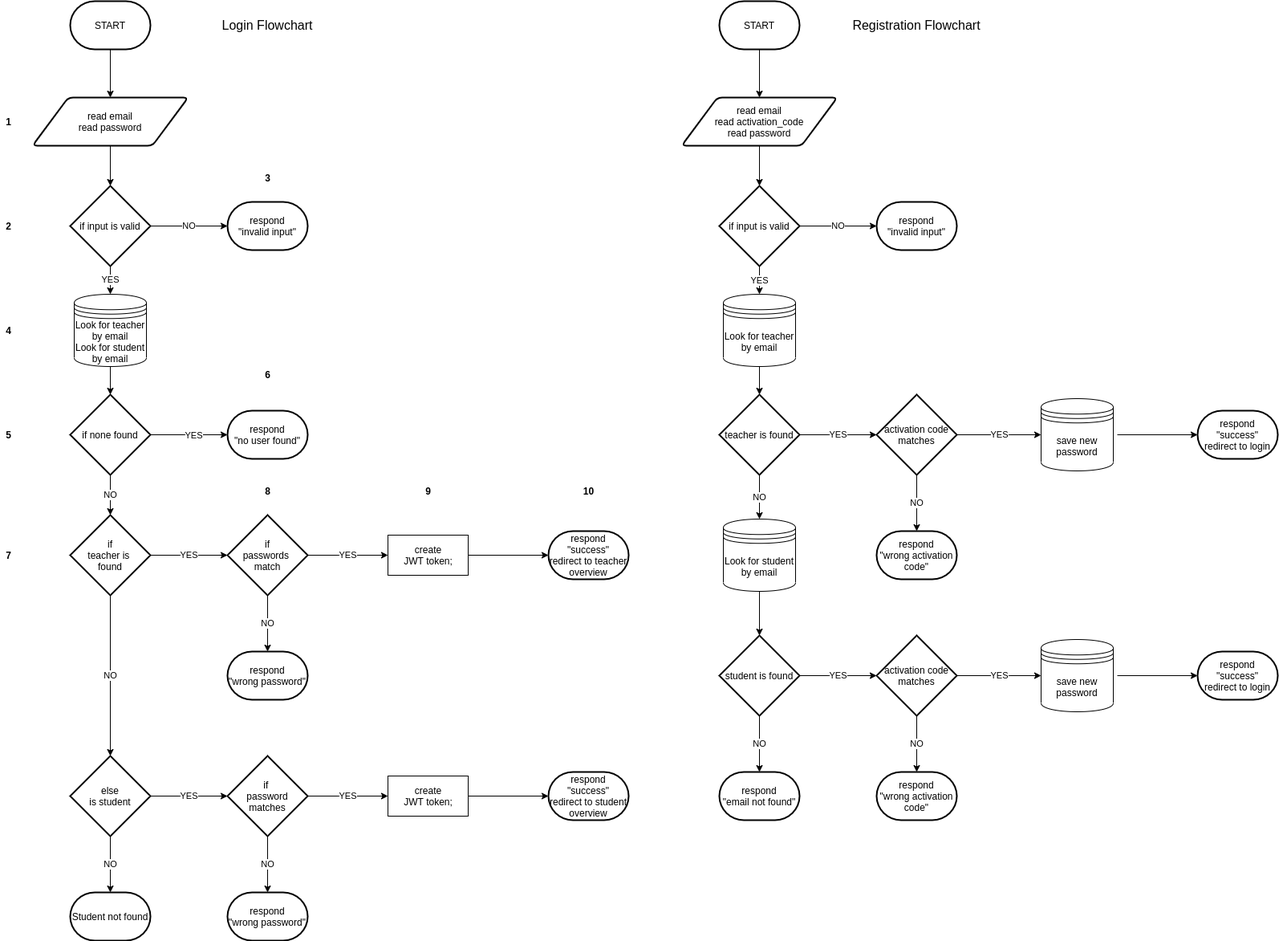
Before: docs/auth-flowchart.drawio.png, a diagram exported from draw.io (stefanosAgelastos/multi-db-web-server). Source tidied: cells renumbered, new cells last; positions are measured from the earlier drawing's top-left corner, leaving out a move shared by most shapes.
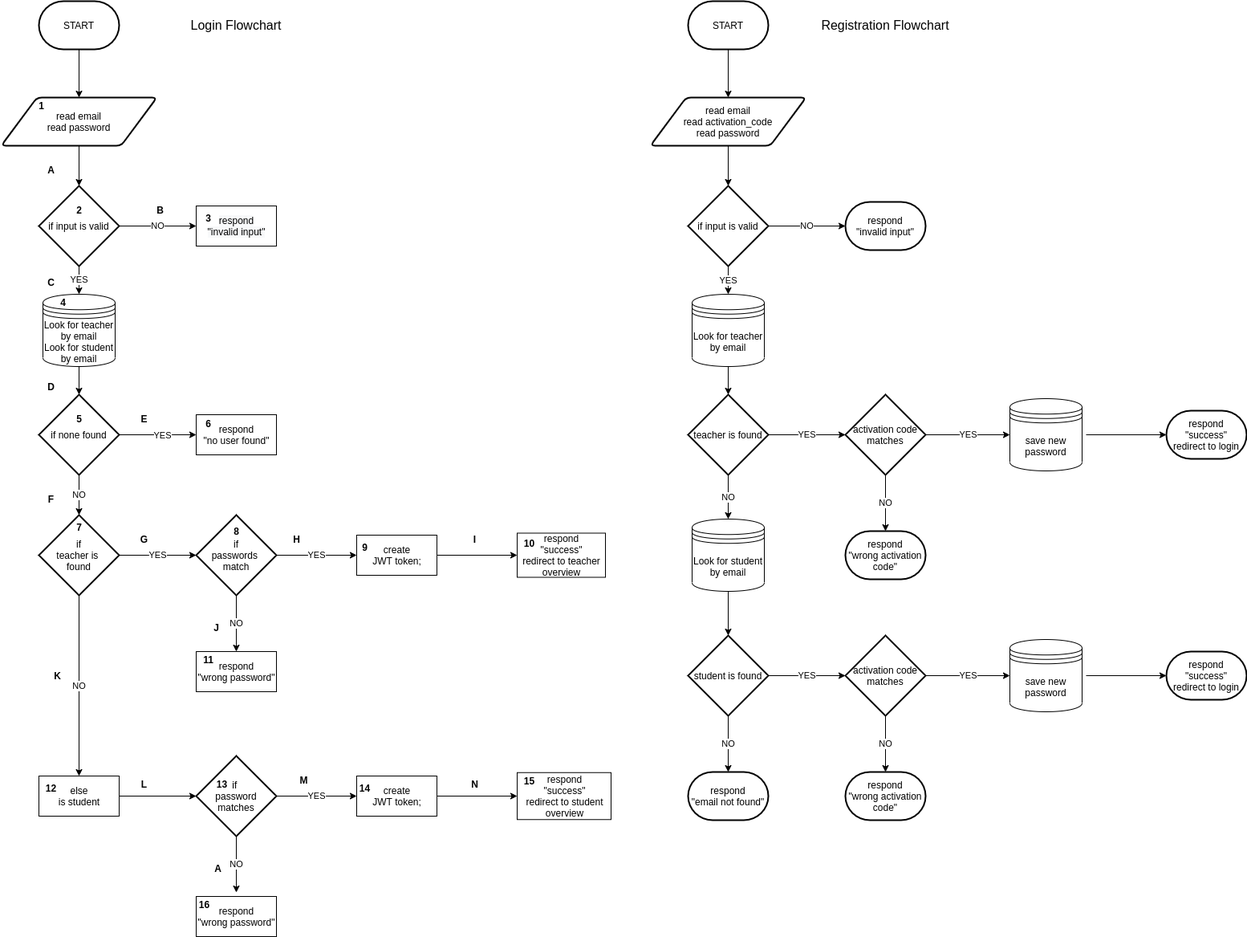
The same diagram one commit later.

Commit message:
fixed added path and node numbers

Diff of the diagram source:
```diff
@@ -15,4 +15,6 @@
     </mxCell>
-    <mxCell id="5" value="NO" style="edgeStyle=orthogonalEdgeStyle;rounded=0;jettySize=auto;html=1;" parent="1" edge="1" source="7" target="8">
-      <mxGeometry relative="1" as="geometry" />
+    <mxCell id="5" value="NO" style="edgeStyle=orthogonalEdgeStyle;rounded=0;jettySize=auto;html=1;" parent="1" edge="1" source="7">
+      <mxGeometry relative="1" as="geometry">
+        <mxPoint x="283" y="280" as="targetPoint" />
+      </mxGeometry>
     </mxCell>
@@ -24,5 +26,2 @@
     </mxCell>
-    <mxCell id="8" value="respond&lt;br&gt;&quot;invalid input&quot;" style="strokeWidth=2;html=1;shape=mxgraph.flowchart.terminator;whiteSpace=wrap;" parent="1" vertex="1">
-      <mxGeometry x="283" y="250" width="100" height="60" as="geometry" />
-    </mxCell>
     <mxCell id="9" value="YES" style="edgeStyle=orthogonalEdgeStyle;rounded=0;jettySize=auto;html=1;entryX=0;entryY=0.5;entryDx=0;entryDy=0;entryPerimeter=0;" parent="1" edge="1" source="11" target="14">
@@ -30,3 +29,3 @@
     </mxCell>
-    <mxCell id="10" value="NO" style="edgeStyle=orthogonalEdgeStyle;rounded=0;jettySize=auto;html=1;entryX=0.5;entryY=0;entryDx=0;entryDy=0;entryPerimeter=0;" parent="1" edge="1" source="11" target="19">
+    <mxCell id="10" value="NO" style="edgeStyle=orthogonalEdgeStyle;rounded=0;jettySize=auto;html=1;entryX=0.5;entryY=0;entryDx=0;entryDy=0;" parent="1" edge="1" source="11" target="19">
       <mxGeometry relative="1" as="geometry" />
@@ -41,4 +40,6 @@
     </mxCell>
-    <mxCell id="13" value="NO" style="edgeStyle=orthogonalEdgeStyle;rounded=0;jettySize=auto;html=1;" parent="1" edge="1" source="14" target="55">
-      <mxGeometry relative="1" as="geometry" />
+    <mxCell id="13" value="NO" style="edgeStyle=orthogonalEdgeStyle;rounded=0;jettySize=auto;html=1;" parent="1" edge="1" source="14">
+      <mxGeometry relative="1" as="geometry">
+        <mxPoint x="333" y="810" as="targetPoint" />
+      </mxGeometry>
     </mxCell>
@@ -47,19 +48,8 @@
     </mxCell>
-    <mxCell id="15" style="edgeStyle=orthogonalEdgeStyle;rounded=0;jettySize=auto;html=1;" parent="1" edge="1" target="16">
+    <mxCell id="15" style="edgeStyle=orthogonalEdgeStyle;rounded=0;orthogonalLoop=1;jettySize=auto;html=1;" parent="1" edge="1">
       <mxGeometry relative="1" as="geometry">
         <mxPoint x="583" y="690" as="sourcePoint" />
+        <mxPoint x="683" y="690" as="targetPoint" />
       </mxGeometry>
     </mxCell>
-    <mxCell id="16" value="respond&lt;br&gt;&quot;success&quot;&lt;br&gt;redirect to teacher&lt;br&gt;overview" style="strokeWidth=2;html=1;shape=mxgraph.flowchart.terminator;whiteSpace=wrap;" parent="1" vertex="1">
-      <mxGeometry x="683" y="660" width="100" height="60" as="geometry" />
-    </mxCell>
-    <mxCell id="17" value="YES" style="edgeStyle=orthogonalEdgeStyle;rounded=0;jettySize=auto;html=1;" parent="1" edge="1" source="19" target="22">
-      <mxGeometry relative="1" as="geometry" />
-    </mxCell>
-    <mxCell id="18" value="NO" style="edgeStyle=none;html=1;entryX=0.5;entryY=0;entryDx=0;entryDy=0;entryPerimeter=0;" parent="1" edge="1" source="19" target="71">
-      <mxGeometry relative="1" as="geometry" />
-    </mxCell>
-    <mxCell id="19" value="else&lt;br&gt;is student" style="strokeWidth=2;html=1;shape=mxgraph.flowchart.decision;whiteSpace=wrap;" parent="1" vertex="1">
-      <mxGeometry x="87" y="940" width="100" height="100" as="geometry" />
-    </mxCell>
     <mxCell id="20" value="YES" style="edgeStyle=orthogonalEdgeStyle;rounded=0;jettySize=auto;html=1;entryX=0;entryY=0.5;entryDx=0;entryDy=0;" parent="1" edge="1" source="22">
@@ -69,4 +59,6 @@
     </mxCell>
-    <mxCell id="21" value="NO" style="edgeStyle=orthogonalEdgeStyle;rounded=0;jettySize=auto;html=1;entryX=0.5;entryY=0;entryDx=0;entryDy=0;entryPerimeter=0;" parent="1" edge="1" source="22" target="56">
-      <mxGeometry relative="1" as="geometry" />
+    <mxCell id="21" value="NO" style="edgeStyle=orthogonalEdgeStyle;rounded=0;jettySize=auto;html=1;entryX=0.5;entryY=0;entryDx=0;entryDy=0;entryPerimeter=0;" parent="1" edge="1" source="22">
+      <mxGeometry relative="1" as="geometry">
+        <mxPoint x="333" y="1110" as="targetPoint" />
+      </mxGeometry>
     </mxCell>
@@ -75,10 +67,8 @@
     </mxCell>
-    <mxCell id="23" style="edgeStyle=orthogonalEdgeStyle;rounded=0;jettySize=auto;html=1;entryX=0;entryY=0.5;entryDx=0;entryDy=0;entryPerimeter=0;" parent="1" edge="1" target="24">
+    <mxCell id="23" style="edgeStyle=orthogonalEdgeStyle;rounded=0;orthogonalLoop=1;jettySize=auto;html=1;entryX=0;entryY=0.5;entryDx=0;entryDy=0;entryPerimeter=0;" parent="1" edge="1">
       <mxGeometry relative="1" as="geometry">
         <mxPoint x="583" y="990" as="sourcePoint" />
+        <mxPoint x="683" y="990" as="targetPoint" />
       </mxGeometry>
     </mxCell>
-    <mxCell id="24" value="respond&lt;br&gt;&quot;success&quot;&lt;br&gt;redirect to student&lt;br&gt;overview" style="strokeWidth=2;html=1;shape=mxgraph.flowchart.terminator;whiteSpace=wrap;" parent="1" vertex="1">
-      <mxGeometry x="683" y="960" width="100" height="60" as="geometry" />
-    </mxCell>
     <mxCell id="25" value="NO" style="edgeStyle=orthogonalEdgeStyle;rounded=0;jettySize=auto;html=1;" parent="1" edge="1" source="27" target="28">
@@ -164,4 +154,6 @@
     </mxCell>
-    <mxCell id="50" style="edgeStyle=orthogonalEdgeStyle;rounded=0;jettySize=auto;html=1;" parent="1" edge="1" source="53" target="54">
-      <mxGeometry relative="1" as="geometry" />
+    <mxCell id="50" style="edgeStyle=orthogonalEdgeStyle;rounded=0;jettySize=auto;html=1;" parent="1" edge="1" source="53">
+      <mxGeometry relative="1" as="geometry">
+        <mxPoint x="283" y="540" as="targetPoint" />
+      </mxGeometry>
     </mxCell>
@@ -178,11 +170,2 @@
     </mxCell>
-    <mxCell id="54" value="respond&lt;br&gt;&quot;no user found&quot;" style="strokeWidth=2;html=1;shape=mxgraph.flowchart.terminator;whiteSpace=wrap;" parent="1" vertex="1">
-      <mxGeometry x="283" y="510" width="100" height="60" as="geometry" />
-    </mxCell>
-    <mxCell id="55" value="respond&lt;br&gt;&quot;wrong password&quot;" style="strokeWidth=2;html=1;shape=mxgraph.flowchart.terminator;whiteSpace=wrap;" parent="1" vertex="1">
-      <mxGeometry x="283" y="810" width="100" height="60" as="geometry" />
-    </mxCell>
-    <mxCell id="56" value="respond&lt;br&gt;&quot;wrong password&quot;" style="strokeWidth=2;html=1;shape=mxgraph.flowchart.terminator;whiteSpace=wrap;" parent="1" vertex="1">
-      <mxGeometry x="283" y="1110" width="100" height="60" as="geometry" />
-    </mxCell>
     <mxCell id="57" value="respond&lt;br&gt;&quot;wrong activation&lt;br&gt;code&quot;" style="strokeWidth=2;html=1;shape=mxgraph.flowchart.terminator;whiteSpace=wrap;" parent="1" vertex="1">
@@ -229,5 +212,2 @@
     </mxCell>
-    <mxCell id="71" value="Student not found" style="strokeWidth=2;html=1;shape=mxgraph.flowchart.terminator;whiteSpace=wrap;" parent="1" vertex="1">
-      <mxGeometry x="87" y="1110" width="100" height="60" as="geometry" />
-    </mxCell>
     <mxCell id="72" value="&lt;font style=&quot;font-size: 16px&quot;&gt;Login Flowchart&lt;/font&gt;" style="text;html=1;strokeColor=none;fillColor=none;align=center;verticalAlign=middle;whiteSpace=wrap;rounded=0;strokeWidth=0;" parent="1" vertex="1">
@@ -239,31 +219,118 @@
     <mxCell id="74" value="&lt;b&gt;1&lt;/b&gt;" style="text;html=1;align=center;verticalAlign=middle;strokeColor=none;fillColor=none;" parent="1" vertex="1">
-      <mxGeometry y="140" width="20" height="20" as="geometry" />
+      <mxGeometry x="80" y="120" width="20" height="20" as="geometry" />
     </mxCell>
     <mxCell id="75" value="&lt;b&gt;2&lt;/b&gt;" style="text;html=1;align=center;verticalAlign=middle;strokeColor=none;fillColor=none;" parent="1" vertex="1">
-      <mxGeometry y="270" width="20" height="20" as="geometry" />
+      <mxGeometry x="127" y="250" width="20" height="20" as="geometry" />
     </mxCell>
-    <mxCell id="76" value="&lt;b&gt;3&lt;/b&gt;" style="text;html=1;align=center;verticalAlign=middle;strokeColor=none;fillColor=none;" parent="1" vertex="1">
-      <mxGeometry x="323" y="210" width="20" height="20" as="geometry" />
-    </mxCell>
     <mxCell id="77" value="&lt;b&gt;4&lt;/b&gt;" style="text;html=1;align=center;verticalAlign=middle;strokeColor=none;fillColor=none;" parent="1" vertex="1">
-      <mxGeometry y="400" width="20" height="20" as="geometry" />
+      <mxGeometry x="107" y="365" width="20" height="20" as="geometry" />
     </mxCell>
     <mxCell id="78" value="&lt;b&gt;5&lt;/b&gt;" style="text;html=1;align=center;verticalAlign=middle;strokeColor=none;fillColor=none;" parent="1" vertex="1">
-      <mxGeometry y="530" width="20" height="20" as="geometry" />
+      <mxGeometry x="127" y="510" width="20" height="20" as="geometry" />
     </mxCell>
-    <mxCell id="79" value="&lt;b&gt;6&lt;/b&gt;" style="text;html=1;align=center;verticalAlign=middle;strokeColor=none;fillColor=none;" parent="1" vertex="1">
-      <mxGeometry x="323" y="455" width="20" height="20" as="geometry" />
-    </mxCell>
     <mxCell id="80" value="&lt;b&gt;7&lt;/b&gt;" style="text;html=1;align=center;verticalAlign=middle;strokeColor=none;fillColor=none;" parent="1" vertex="1">
-      <mxGeometry y="680" width="20" height="20" as="geometry" />
+      <mxGeometry x="127" y="645" width="20" height="20" as="geometry" />
     </mxCell>
     <mxCell id="81" value="&lt;b&gt;8&lt;/b&gt;" style="text;html=1;align=center;verticalAlign=middle;strokeColor=none;fillColor=none;" parent="1" vertex="1">
-      <mxGeometry x="323" y="600" width="20" height="20" as="geometry" />
+      <mxGeometry x="323" y="650" width="20" height="20" as="geometry" />
     </mxCell>
     <mxCell id="82" value="&lt;b&gt;9&lt;/b&gt;" style="text;html=1;align=center;verticalAlign=middle;strokeColor=none;fillColor=none;" parent="1" vertex="1">
-      <mxGeometry x="523" y="600" width="20" height="20" as="geometry" />
+      <mxGeometry x="483" y="670" width="20" height="20" as="geometry" />
     </mxCell>
+    <mxCell id="84" value="&lt;b&gt;13&lt;/b&gt;" style="text;html=1;align=center;verticalAlign=middle;strokeColor=none;fillColor=none;" parent="1" vertex="1">
+      <mxGeometry x="300" y="965" width="30" height="20" as="geometry" />
+    </mxCell>
+    <mxCell id="85" value="&lt;b&gt;14&lt;/b&gt;" style="text;html=1;align=center;verticalAlign=middle;strokeColor=none;fillColor=none;" parent="1" vertex="1">
+      <mxGeometry x="478" y="970" width="30" height="20" as="geometry" />
+    </mxCell>
+    <mxCell id="86" value="&lt;b&gt;A&lt;/b&gt;" style="text;html=1;align=center;verticalAlign=middle;strokeColor=none;fillColor=none;" parent="1" vertex="1">
+      <mxGeometry x="92" y="200" width="20" height="20" as="geometry" />
+    </mxCell>
+    <mxCell id="87" value="&lt;b&gt;C&lt;/b&gt;" style="text;html=1;align=center;verticalAlign=middle;strokeColor=none;fillColor=none;" parent="1" vertex="1">
+      <mxGeometry x="92" y="340" width="20" height="20" as="geometry" />
+    </mxCell>
+    <mxCell id="88" value="&lt;b&gt;B&lt;/b&gt;" style="text;html=1;align=center;verticalAlign=middle;strokeColor=none;fillColor=none;" parent="1" vertex="1">
+      <mxGeometry x="228" y="250" width="20" height="20" as="geometry" />
+    </mxCell>
+    <mxCell id="89" value="&lt;b&gt;D&lt;/b&gt;" style="text;html=1;align=center;verticalAlign=middle;strokeColor=none;fillColor=none;" parent="1" vertex="1">
+      <mxGeometry x="92" y="470" width="20" height="20" as="geometry" />
+    </mxCell>
+    <mxCell id="90" value="&lt;b&gt;E&lt;/b&gt;" style="text;html=1;align=center;verticalAlign=middle;strokeColor=none;fillColor=none;" parent="1" vertex="1">
+      <mxGeometry x="208" y="510" width="20" height="20" as="geometry" />
+    </mxCell>
+    <mxCell id="91" value="&lt;b&gt;F&lt;/b&gt;" style="text;html=1;align=center;verticalAlign=middle;strokeColor=none;fillColor=none;" parent="1" vertex="1">
+      <mxGeometry x="92" y="610" width="20" height="20" as="geometry" />
+    </mxCell>
+    <mxCell id="92" value="&lt;b&gt;G&lt;/b&gt;" style="text;html=1;align=center;verticalAlign=middle;strokeColor=none;fillColor=none;" parent="1" vertex="1">
+      <mxGeometry x="208" y="660" width="20" height="20" as="geometry" />
+    </mxCell>
+    <mxCell id="93" value="&lt;b&gt;H&lt;/b&gt;" style="text;html=1;align=center;verticalAlign=middle;strokeColor=none;fillColor=none;" parent="1" vertex="1">
+      <mxGeometry x="398" y="660" width="20" height="20" as="geometry" />
+    </mxCell>
+    <mxCell id="94" value="&lt;b&gt;I&lt;/b&gt;" style="text;html=1;align=center;verticalAlign=middle;strokeColor=none;fillColor=none;" parent="1" vertex="1">
+      <mxGeometry x="620" y="660" width="20" height="20" as="geometry" />
+    </mxCell>
+    <mxCell id="95" value="&lt;b&gt;J&lt;/b&gt;" style="text;html=1;align=center;verticalAlign=middle;strokeColor=none;fillColor=none;" parent="1" vertex="1">
+      <mxGeometry x="298" y="770" width="20" height="20" as="geometry" />
+    </mxCell>
+    <mxCell id="96" value="&lt;b&gt;K&lt;/b&gt;" style="text;html=1;align=center;verticalAlign=middle;strokeColor=none;fillColor=none;" parent="1" vertex="1">
+      <mxGeometry x="100" y="830" width="20" height="20" as="geometry" />
+    </mxCell>
+    <mxCell id="97" value="&lt;b&gt;L&lt;/b&gt;" style="text;html=1;align=center;verticalAlign=middle;strokeColor=none;fillColor=none;" parent="1" vertex="1">
+      <mxGeometry x="208" y="965" width="20" height="20" as="geometry" />
+    </mxCell>
+    <mxCell id="98" value="&lt;b&gt;M&lt;/b&gt;" style="text;html=1;align=center;verticalAlign=middle;strokeColor=none;fillColor=none;" parent="1" vertex="1">
+      <mxGeometry x="402" y="960" width="30" height="20" as="geometry" />
+    </mxCell>
+    <mxCell id="99" value="&lt;b&gt;N&lt;/b&gt;" style="text;html=1;align=center;verticalAlign=middle;strokeColor=none;fillColor=none;" parent="1" vertex="1">
+      <mxGeometry x="620" y="965" width="20" height="20" as="geometry" />
+    </mxCell>
+    <mxCell id="100" value="&lt;b&gt;A&lt;/b&gt;" style="text;html=1;align=center;verticalAlign=middle;strokeColor=none;fillColor=none;" parent="1" vertex="1">
+      <mxGeometry x="300" y="1070" width="20" height="20" as="geometry" />
+    </mxCell>
+    <mxCell id="17" style="edgeStyle=orthogonalEdgeStyle;rounded=0;jettySize=auto;html=1;entryX=0;entryY=0.5;entryDx=0;entryDy=0;entryPerimeter=0;" parent="1" edge="1" source="19" target="22">
+      <mxGeometry relative="1" as="geometry" />
+    </mxCell>
+    <mxCell id="19" value="&lt;span&gt;else&lt;/span&gt;&lt;br&gt;&lt;span&gt;is student&lt;/span&gt;" style="html=1;dashed=0;whitespace=wrap;" parent="1" vertex="1">
+      <mxGeometry x="87" y="965" width="100" height="50" as="geometry" />
+    </mxCell>
+    <mxCell id="101" value="&lt;b&gt;12&lt;/b&gt;" style="text;html=1;align=center;verticalAlign=middle;strokeColor=none;fillColor=none;" parent="1" vertex="1">
+      <mxGeometry x="87" y="970" width="30" height="20" as="geometry" />
+    </mxCell>
+    <mxCell id="102" value="&lt;span&gt;respond&lt;/span&gt;&lt;br&gt;&lt;span&gt;&quot;wrong password&quot;&lt;/span&gt;" style="html=1;dashed=0;whitespace=wrap;" parent="1" vertex="1">
+      <mxGeometry x="283" y="1115" width="100" height="50" as="geometry" />
+    </mxCell>
+    <mxCell id="103" value="&lt;b&gt;16&lt;/b&gt;" style="text;html=1;align=center;verticalAlign=middle;strokeColor=none;fillColor=none;" parent="1" vertex="1">
+      <mxGeometry x="278" y="1115" width="30" height="20" as="geometry" />
+    </mxCell>
+    <mxCell id="104" value="&lt;span&gt;respond&lt;/span&gt;&lt;br&gt;&lt;span&gt;&quot;wrong password&quot;&lt;/span&gt;" style="html=1;dashed=0;whitespace=wrap;" parent="1" vertex="1">
+      <mxGeometry x="283" y="810" width="100" height="50" as="geometry" />
+    </mxCell>
+    <mxCell id="105" value="&lt;b&gt;11&lt;/b&gt;" style="text;html=1;align=center;verticalAlign=middle;strokeColor=none;fillColor=none;" parent="1" vertex="1">
+      <mxGeometry x="283" y="810" width="30" height="20" as="geometry" />
+    </mxCell>
+    <mxCell id="16" value="&lt;span&gt;respond&lt;/span&gt;&lt;br&gt;&lt;span&gt;&quot;success&quot;&lt;/span&gt;&lt;br&gt;&lt;span&gt;redirect to teacher&lt;/span&gt;&lt;br&gt;&lt;span&gt;overview&lt;/span&gt;" style="html=1;dashed=0;whitespace=wrap;" parent="1" vertex="1">
+      <mxGeometry x="683" y="662.5" width="110" height="55" as="geometry" />
+    </mxCell>
     <mxCell id="83" value="&lt;b&gt;10&lt;/b&gt;" style="text;html=1;align=center;verticalAlign=middle;strokeColor=none;fillColor=none;" parent="1" vertex="1">
-      <mxGeometry x="718" y="600" width="30" height="20" as="geometry" />
+      <mxGeometry x="683" y="665" width="30" height="20" as="geometry" />
     </mxCell>
+    <mxCell id="24" value="&lt;span&gt;respond&lt;/span&gt;&lt;br&gt;&lt;span&gt;&quot;success&quot;&lt;/span&gt;&lt;br&gt;&lt;span&gt;redirect to student&lt;/span&gt;&lt;br&gt;&lt;span&gt;overview&lt;/span&gt;" style="html=1;dashed=0;whitespace=wrap;" parent="1" vertex="1">
+      <mxGeometry x="683" y="960.8" width="117" height="58.5" as="geometry" />
+    </mxCell>
+    <mxCell id="106" value="&lt;b&gt;15&lt;/b&gt;" style="text;html=1;align=center;verticalAlign=middle;strokeColor=none;fillColor=none;" parent="1" vertex="1">
+      <mxGeometry x="683" y="960.8" width="30" height="20" as="geometry" />
+    </mxCell>
+    <mxCell id="54" value="&lt;span&gt;respond&lt;/span&gt;&lt;br&gt;&lt;span&gt;&quot;no user found&quot;&lt;/span&gt;" style="html=1;dashed=0;whitespace=wrap;" parent="1" vertex="1">
+      <mxGeometry x="283" y="515" width="100" height="50" as="geometry" />
+    </mxCell>
+    <mxCell id="79" value="&lt;b&gt;6&lt;/b&gt;" style="text;html=1;align=center;verticalAlign=middle;strokeColor=none;fillColor=none;" parent="1" vertex="1">
+      <mxGeometry x="288" y="516" width="20" height="20" as="geometry" />
+    </mxCell>
+    <mxCell id="8" value="&lt;meta charset=&quot;utf-8&quot;&gt;&lt;span style=&quot;color: rgb(0, 0, 0); font-family: helvetica; font-size: 12px; font-style: normal; font-weight: 400; letter-spacing: normal; text-align: center; text-indent: 0px; text-transform: none; word-spacing: 0px; background-color: rgb(248, 249, 250); display: inline; float: none;&quot;&gt;respond&lt;/span&gt;&lt;br style=&quot;color: rgb(0, 0, 0); font-family: helvetica; font-size: 12px; font-style: normal; font-weight: 400; letter-spacing: normal; text-align: center; text-indent: 0px; text-transform: none; word-spacing: 0px; background-color: rgb(248, 249, 250);&quot;&gt;&lt;span style=&quot;color: rgb(0, 0, 0); font-family: helvetica; font-size: 12px; font-style: normal; font-weight: 400; letter-spacing: normal; text-align: center; text-indent: 0px; text-transform: none; word-spacing: 0px; background-color: rgb(248, 249, 250); display: inline; float: none;&quot;&gt;&quot;invalid input&quot;&lt;/span&gt;" style="html=1;dashed=0;whitespace=wrap;" parent="1" vertex="1">
+      <mxGeometry x="283" y="255" width="100" height="50" as="geometry" />
+    </mxCell>
+    <mxCell id="76" value="&lt;b&gt;3&lt;/b&gt;" style="text;html=1;align=center;verticalAlign=middle;strokeColor=none;fillColor=none;" parent="1" vertex="1">
+      <mxGeometry x="288" y="260" width="20" height="20" as="geometry" />
+    </mxCell>
   </root>
```
